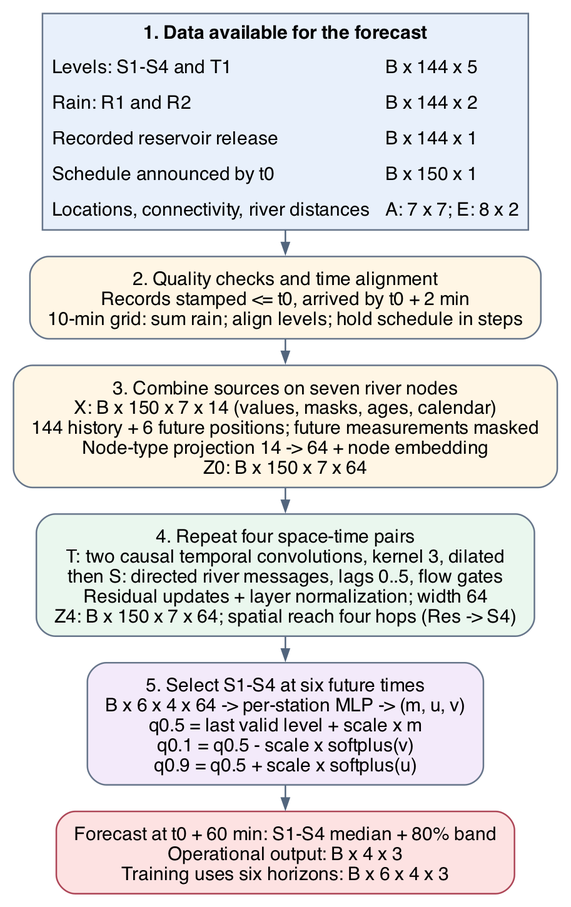
ahmedjawedaj/dl4stg-pa2 keeps this Graphviz diagram as report/q1_arch.png. Above is the earlier version. Its source is kept beside it as report/q1_arch.dot.
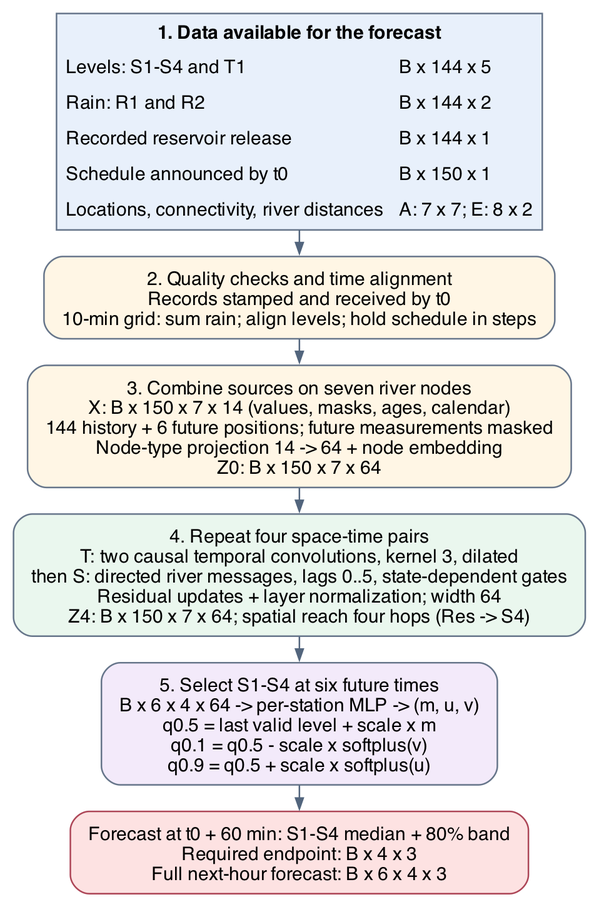
After the commit.

Change to the diagram source:
```diff
@@ -14,11 +14,11 @@
       <TR><TD ALIGN="LEFT">Locations, connectivity, river distances</TD><TD ALIGN="LEFT">A: 7 x 7; E: 8 x 2</TD></TR>
     </TABLE>
   >];
-  align [fillcolor="#fff6e5", label="2. Quality checks and time alignment\nRecords stamped <= t0, arrived by t0 + 2 min\n10-min grid: sum rain; align levels; hold schedule in steps"];
+  align [fillcolor="#fff6e5", label="2. Quality checks and time alignment\nRecords stamped and received by t0\n10-min grid: sum rain; align levels; hold schedule in steps"];
   assemble [fillcolor="#fff6e5", label="3. Combine sources on seven river nodes\nX: B x 150 x 7 x 14 (values, masks, ages, calendar)\n144 history + 6 future positions; future measurements masked\nNode-type projection 14 -> 64 + node embedding\nZ0: B x 150 x 7 x 64"];
-  encoder [fillcolor="#eaf7ee", label="4. Repeat four space-time pairs\nT: two causal temporal convolutions, kernel 3, dilated\nthen S: directed river messages, lags 0..5, flow gates\nResidual updates + layer normalization; width 64\nZ4: B x 150 x 7 x 64; spatial reach four hops (Res -> S4)"];
+  encoder [fillcolor="#eaf7ee", label="4. Repeat four space-time pairs\nT: two causal temporal convolutions, kernel 3, dilated\nthen S: directed river messages, lags 0..5, state-dependent gates\nResidual updates + layer normalization; width 64\nZ4: B x 150 x 7 x 64; spatial reach four hops (Res -> S4)"];
   head [fillcolor="#f3eafa", label="5. Select S1-S4 at six future times\nB x 6 x 4 x 64 -> per-station MLP -> (m, u, v)\nq0.5 = last valid level + scale x m\nq0.1 = q0.5 - scale x softplus(v)\nq0.9 = q0.5 + scale x softplus(u)"];
-  forecast [fillcolor="#fde2e2", color="#ad4657", label="Forecast at t0 + 60 min: S1-S4 median + 80% band\nOperational output: B x 4 x 3\nTraining uses six horizons: B x 6 x 4 x 3"];
+  forecast [fillcolor="#fde2e2", color="#ad4657", label="Forecast at t0 + 60 min: S1-S4 median + 80% band\nRequired endpoint: B x 4 x 3\nFull next-hour forecast: B x 6 x 4 x 3"];
   sources -> align;
   align -> assemble;
   assemble -> encoder;
```
